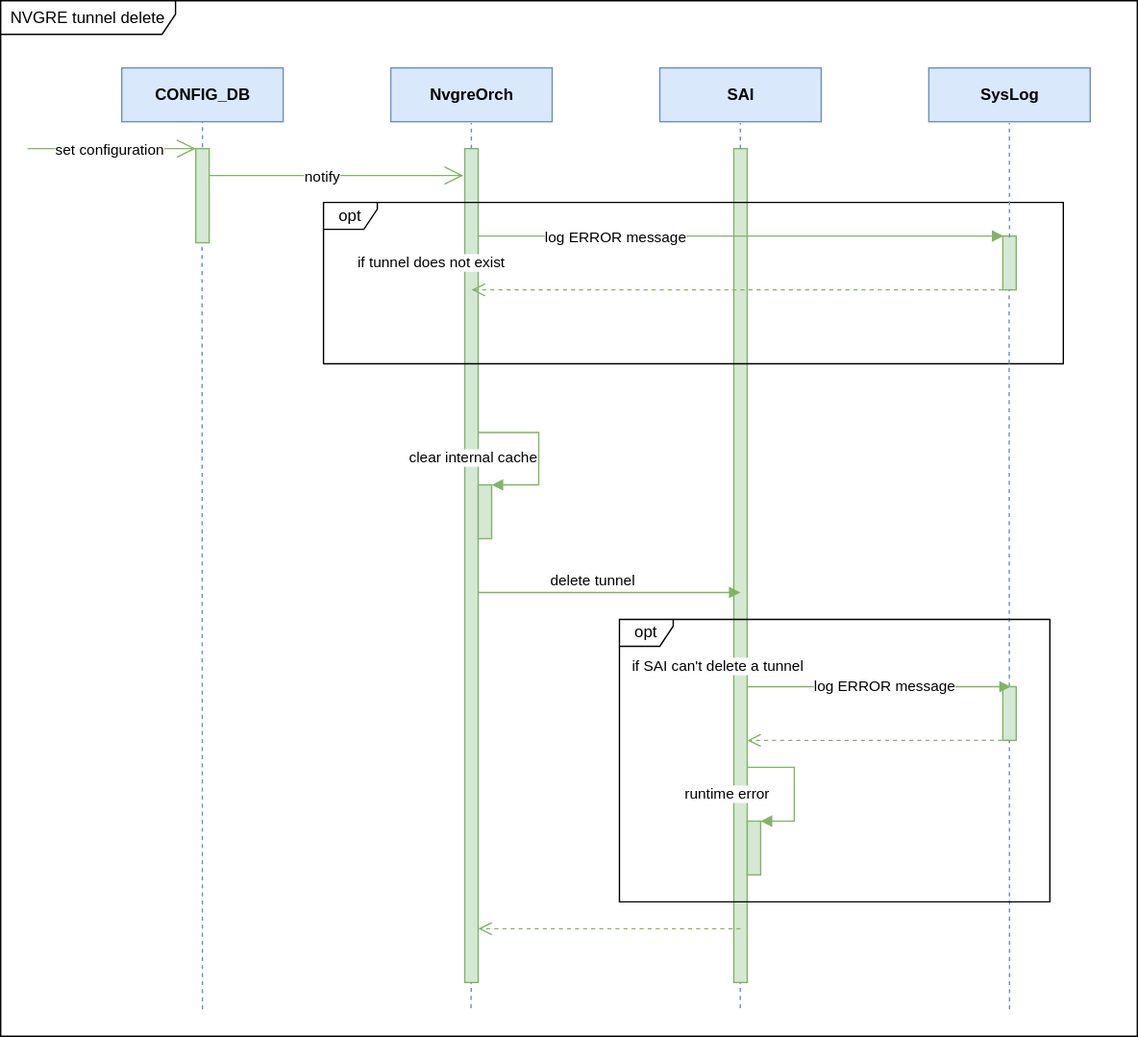
This is doc/nvgre_tunnel/images/nvgre_tunnel_delete_uml.svg from sonic-net/SONiC, a draw.io export, as it was before one commit. Source tidied: cells renumbered, new cells last; positions are measured from the earlier drawing's top-left corner, leaving out a move shared by most shapes.
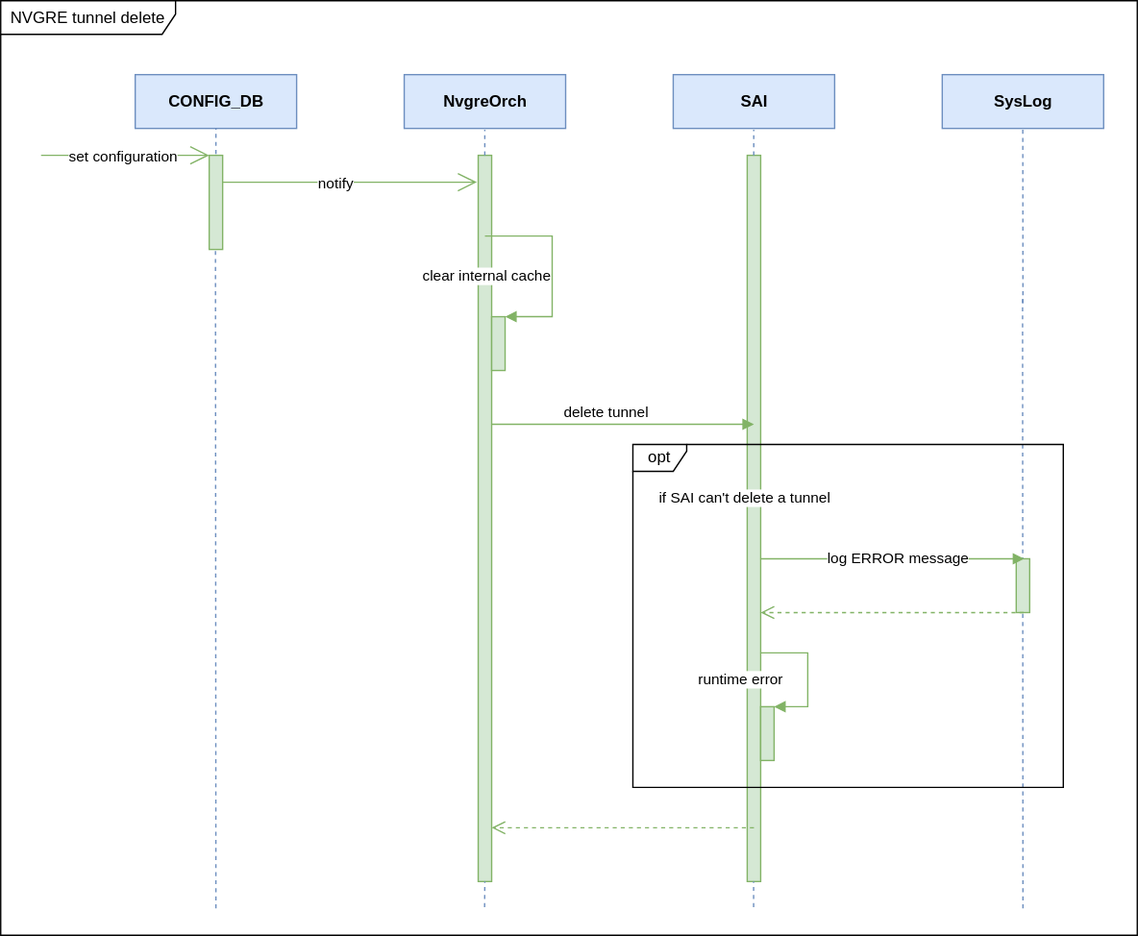
Later version of the same file.

What changed in the source:
```diff
@@ -26,7 +26,7 @@
       </mxGeometry>
     </mxCell>
     <mxCell id="8" style="html=1;perimeter=orthogonalPerimeter;fillColor=#d5e8d4;strokeColor=#82b366;" parent="1" vertex="1">
-      <mxGeometry x="345" y="110" width="10" height="620" as="geometry" />
+      <mxGeometry x="345" y="110" width="10" height="540" as="geometry" />
     </mxCell>
     <mxCell id="9" style="endArrow=open;endFill=1;endSize=12;html=1;fillColor=#d5e8d4;strokeColor=#82b366;" parent="1" edge="1">
       <mxGeometry relative="1" as="geometry">
@@ -40,37 +40,11 @@
       </mxGeometry>
     </mxCell>
     <mxCell id="11" style="html=1;points=[];perimeter=orthogonalPerimeter;fillColor=#d5e8d4;strokeColor=#82b366;" parent="1" vertex="1">
-      <mxGeometry x="545" y="110" width="10" height="620" as="geometry" />
+      <mxGeometry x="545" y="110" width="10" height="540" as="geometry" />
     </mxCell>
-    <mxCell id="12" value="opt" style="shape=umlFrame;whiteSpace=wrap;html=1;width=40;height=20;fillColor=#FFFFFF;" parent="1" vertex="1">
-      <mxGeometry x="240" y="150" width="550" height="120" as="geometry" />
-    </mxCell>
-    <mxCell id="13" value="if tunnel does not exist" style="edgeLabel;html=1;align=center;verticalAlign=middle;" parent="1" vertex="1">
-      <mxGeometry x="320" y="195" as="geometry">
-        <mxPoint x="-1" as="offset" />
-      </mxGeometry>
-    </mxCell>
     <mxCell id="14" value="&lt;b&gt;SysLog&lt;/b&gt;" style="html=1;fillColor=#dae8fc;strokeColor=#6c8ebf;" parent="1" vertex="1">
       <mxGeometry x="690" y="50" width="120" height="40" as="geometry" />
     </mxCell>
-    <mxCell id="15" style="html=1;perimeter=orthogonalPerimeter;fillColor=#d5e8d4;strokeColor=#82b366;" parent="1" vertex="1">
-      <mxGeometry x="745" y="175" width="10" height="40" as="geometry" />
-    </mxCell>
-    <mxCell id="16" value="log ERROR message" style="edgeStyle=orthogonalEdgeStyle;html=1;align=left;spacingLeft=2;endArrow=block;rounded=0;shadow=0;fillColor=#d5e8d4;strokeColor=#82b366;" parent="1" edge="1">
-      <mxGeometry x="-0.77" y="-1" relative="1" as="geometry">
-        <mxPoint x="354.5" y="175" as="sourcePoint" />
-        <mxPoint x="745.5" y="175" as="targetPoint" />
-        <Array as="points">
-          <mxPoint x="354.5" y="175" />
-        </Array>
-      </mxGeometry>
-    </mxCell>
-    <mxCell id="17" style="html=1;verticalAlign=bottom;endArrow=open;dashed=1;endSize=8;shadow=0;fillColor=#d5e8d4;strokeColor=#82b366;" parent="1" edge="1">
-      <mxGeometry relative="1" as="geometry">
-        <mxPoint x="745" y="215" as="sourcePoint" />
-        <mxPoint x="350" y="215" as="targetPoint" />
-      </mxGeometry>
-    </mxCell>
     <mxCell id="18" style="endArrow=none;dashed=1;html=1;shadow=0;fillColor=#dae8fc;strokeColor=#6c8ebf;" parent="1" edge="1">
       <mxGeometry relative="1" as="geometry">
         <mxPoint x="150" y="109" as="sourcePoint" />
@@ -91,100 +65,100 @@
     </mxCell>
     <mxCell id="21" style="endArrow=none;dashed=1;html=1;shadow=0;fillColor=#dae8fc;strokeColor=#6c8ebf;" parent="1" edge="1">
       <mxGeometry relative="1" as="geometry">
-        <mxPoint x="750" y="176" as="sourcePoint" />
+        <mxPoint x="750" y="220" as="sourcePoint" />
         <mxPoint x="749.9" y="91" as="targetPoint" />
       </mxGeometry>
     </mxCell>
     <mxCell id="22" style="endArrow=none;dashed=1;html=1;shadow=0;fillColor=#dae8fc;strokeColor=#6c8ebf;" parent="1" edge="1">
       <mxGeometry relative="1" as="geometry">
-        <mxPoint x="750" y="750" as="sourcePoint" />
+        <mxPoint x="750" y="670" as="sourcePoint" />
         <mxPoint x="749.7" y="215" as="targetPoint" />
       </mxGeometry>
     </mxCell>
     <mxCell id="23" style="endArrow=none;dashed=1;html=1;shadow=0;fillColor=#dae8fc;strokeColor=#6c8ebf;entryX=0.467;entryY=1.018;entryDx=0;entryDy=0;entryPerimeter=0;" parent="1" edge="1" target="5">
       <mxGeometry relative="1" as="geometry">
-        <mxPoint x="150" y="750" as="sourcePoint" />
+        <mxPoint x="150" y="670" as="sourcePoint" />
       </mxGeometry>
     </mxCell>
     <mxCell id="24" style="endArrow=none;dashed=1;html=1;shadow=0;fillColor=#dae8fc;strokeColor=#6c8ebf;" parent="1" edge="1">
       <mxGeometry relative="1" as="geometry">
-        <mxPoint x="349.7" y="749" as="sourcePoint" />
-        <mxPoint x="349.7" y="730" as="targetPoint" />
+        <mxPoint x="349.8" y="669" as="sourcePoint" />
+        <mxPoint x="349.8" y="650" as="targetPoint" />
         <Array as="points">
-          <mxPoint x="349.8" y="730" />
+          <mxPoint x="349.9" y="650" />
         </Array>
       </mxGeometry>
     </mxCell>
     <mxCell id="25" style="endArrow=none;dashed=1;html=1;shadow=0;fillColor=#dae8fc;strokeColor=#6c8ebf;" parent="1" edge="1">
       <mxGeometry relative="1" as="geometry">
-        <mxPoint x="549.8" y="749" as="sourcePoint" />
-        <mxPoint x="549.8" y="730" as="targetPoint" />
+        <mxPoint x="549.8" y="669" as="sourcePoint" />
+        <mxPoint x="549.8" y="650" as="targetPoint" />
       </mxGeometry>
     </mxCell>
     <mxCell id="26" value="NVGRE tunnel delete" style="shape=umlFrame;whiteSpace=wrap;html=1;fillColor=#FFFFFF;width=130;height=25;" parent="1" vertex="1">
-      <mxGeometry width="845" height="770" as="geometry" />
+      <mxGeometry x="-10" y="-5" width="845" height="695" as="geometry" />
     </mxCell>
     <mxCell id="27" style="html=1;points=[];perimeter=orthogonalPerimeter;fillColor=#d5e8d4;strokeColor=#82b366;" parent="1" vertex="1">
-      <mxGeometry x="355" y="360" width="10" height="40" as="geometry" />
+      <mxGeometry x="355" y="230" width="10" height="40" as="geometry" />
     </mxCell>
     <mxCell id="28" value="clear internal cache" style="edgeStyle=orthogonalEdgeStyle;html=1;align=left;spacingLeft=2;endArrow=block;rounded=0;entryX=1;entryY=0;fillColor=#d5e8d4;strokeColor=#82b366;" parent="1" edge="1" target="27">
       <mxGeometry x="-1" y="-58" relative="1" as="geometry">
-        <mxPoint x="355" y="321" as="sourcePoint" />
+        <mxPoint x="350" y="170" as="sourcePoint" />
         <Array as="points">
-          <mxPoint x="400" y="321" />
-          <mxPoint x="400" y="360" />
-          <mxPoint x="365" y="360" />
+          <mxPoint x="400" y="170" />
+          <mxPoint x="400" y="230" />
         </Array>
-        <mxPoint x="-55" y="-39" as="offset" />
+        <mxPoint x="-50" y="-28" as="offset" />
       </mxGeometry>
     </mxCell>
     <mxCell id="29" value="delete tunnel" style="html=1;verticalAlign=bottom;endArrow=block;fillColor=#d5e8d4;strokeColor=#82b366;" parent="1" edge="1">
       <mxGeometry x="-0.13" relative="1" as="geometry">
-        <mxPoint x="355" y="440" as="sourcePoint" />
-        <mxPoint x="550" y="440" as="targetPoint" />
+        <mxPoint x="355" y="310" as="sourcePoint" />
+        <mxPoint x="550" y="310" as="targetPoint" />
       </mxGeometry>
     </mxCell>
     <mxCell id="30" style="html=1;verticalAlign=bottom;endArrow=open;dashed=1;endSize=8;fillColor=#d5e8d4;strokeColor=#82b366;" parent="1" edge="1">
       <mxGeometry relative="1" as="geometry">
-        <mxPoint x="550" y="690" as="sourcePoint" />
-        <mxPoint x="355" y="690" as="targetPoint" />
+        <mxPoint x="550" y="610" as="sourcePoint" />
+        <mxPoint x="355" y="610" as="targetPoint" />
       </mxGeometry>
     </mxCell>
     <mxCell id="31" value="opt" style="shape=umlFrame;whiteSpace=wrap;html=1;width=40;height=20;fillColor=#FFFFFF;" parent="1" vertex="1">
-      <mxGeometry x="460" y="460" width="320" height="210" as="geometry" />
+      <mxGeometry x="460" y="325" width="320" height="255" as="geometry" />
     </mxCell>
     <mxCell id="32" style="html=1;perimeter=orthogonalPerimeter;fillColor=#d5e8d4;strokeColor=#82b366;" parent="1" vertex="1">
-      <mxGeometry x="745" y="510" width="10" height="40" as="geometry" />
+      <mxGeometry x="745" y="410" width="10" height="40" as="geometry" />
     </mxCell>
     <mxCell id="33" style="html=1;points=[];perimeter=orthogonalPerimeter;fillColor=#d5e8d4;strokeColor=#82b366;" parent="1" vertex="1">
-      <mxGeometry x="555" y="610" width="10" height="40" as="geometry" />
+      <mxGeometry x="555" y="520" width="10" height="40" as="geometry" />
     </mxCell>
     <mxCell id="34" value="runtime error" style="edgeStyle=orthogonalEdgeStyle;html=1;align=left;spacingLeft=2;endArrow=block;rounded=0;entryX=1;entryY=0;fillColor=#d5e8d4;strokeColor=#82b366;" parent="1" edge="1" source="11" target="33">
       <mxGeometry x="-1" y="-54" relative="1" as="geometry">
         <Array as="points">
-          <mxPoint x="590" y="570" />
-          <mxPoint x="590" y="610" />
+          <mxPoint x="590" y="480" />
+          <mxPoint x="590" y="520" />
+          <mxPoint x="565" y="520" />
         </Array>
         <mxPoint x="-50" y="-34" as="offset" />
       </mxGeometry>
     </mxCell>
     <mxCell id="35" value="log ERROR message" style="edgeStyle=orthogonalEdgeStyle;html=1;align=left;spacingLeft=2;endArrow=block;rounded=0;shadow=0;fillColor=#d5e8d4;strokeColor=#82b366;" parent="1" edge="1">
       <mxGeometry x="-0.53" relative="1" as="geometry">
-        <mxPoint x="555" y="510" as="sourcePoint" />
-        <mxPoint x="751" y="510" as="targetPoint" />
+        <mxPoint x="555" y="410" as="sourcePoint" />
+        <mxPoint x="751" y="410" as="targetPoint" />
         <Array as="points">
-          <mxPoint x="555" y="510" />
+          <mxPoint x="555" y="410" />
         </Array>
       </mxGeometry>
     </mxCell>
     <mxCell id="36" style="html=1;verticalAlign=bottom;endArrow=open;dashed=1;endSize=8;shadow=0;fillColor=#d5e8d4;strokeColor=#82b366;" parent="1" edge="1">
       <mxGeometry relative="1" as="geometry">
-        <mxPoint x="750.5" y="550" as="sourcePoint" />
-        <mxPoint x="555" y="550" as="targetPoint" />
+        <mxPoint x="750.5" y="450" as="sourcePoint" />
+        <mxPoint x="555" y="450" as="targetPoint" />
       </mxGeometry>
     </mxCell>
     <mxCell id="37" value="if SAI can't delete a tunnel" style="edgeLabel;html=1;align=center;verticalAlign=middle;" parent="1" vertex="1">
-      <mxGeometry x="580" y="440" as="geometry">
+      <mxGeometry x="590" y="310" as="geometry">
         <mxPoint x="-48" y="55" as="offset" />
       </mxGeometry>
     </mxCell>
```
